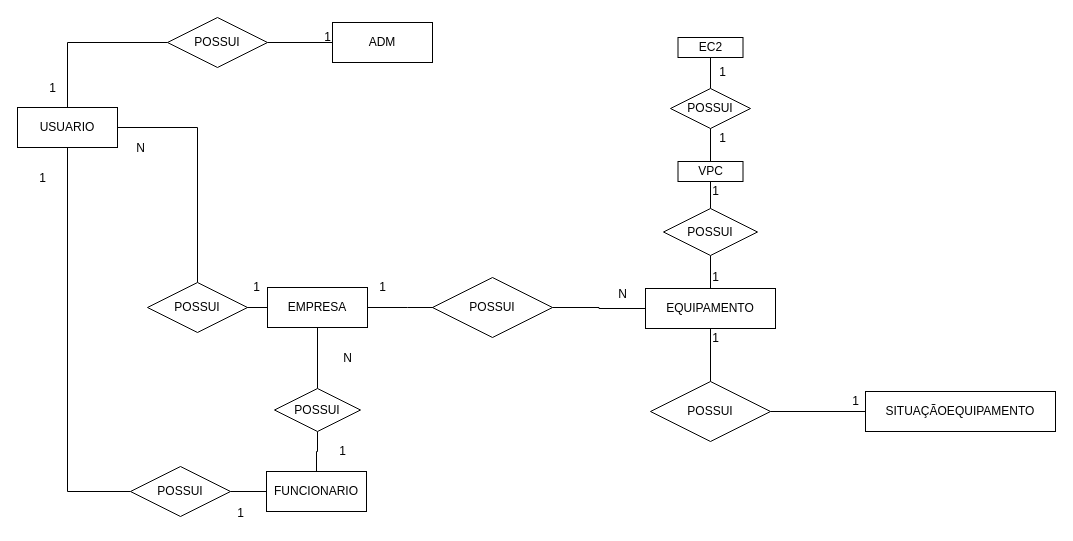
PedroFigueiras/TCC_SENAI-DAREDE keeps this draw.io diagram as page "Page-2" (2 of 2) of BancodeDados/Modelagens/Diagramas.drawio. Above is the earlier version. Source tidied: cells renumbered, new cells numbered last; positions are measured from the earlier drawing's top-left corner, leaving out a move shared by most shapes. Both pictures are drawn from the tidied source at 100%, with x=0, y=0 at pixel (17, 17).
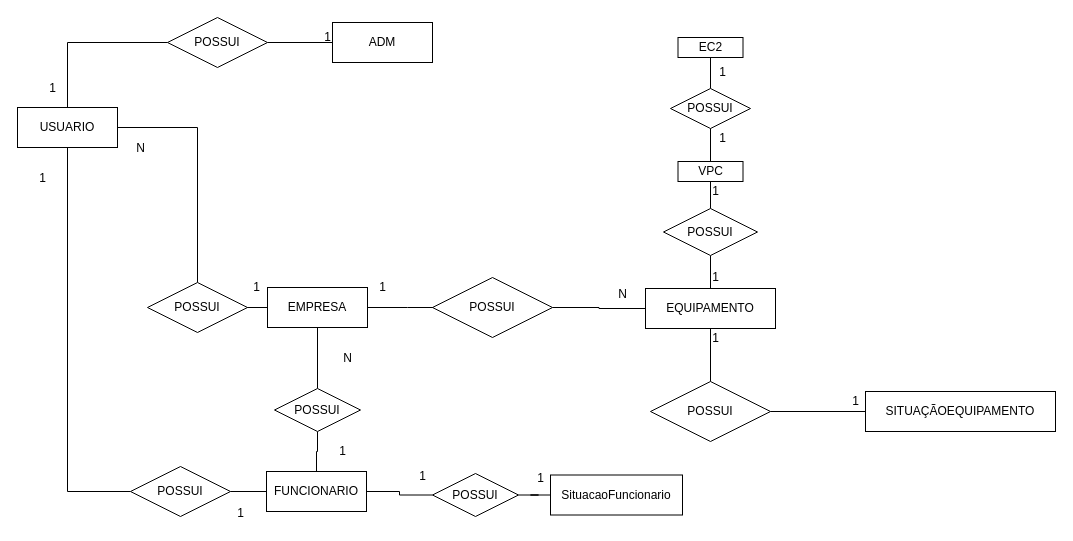
The same page after the edit.

The change refers to these unchanged cells:
```xml
<mxCell id="9" value="FUNCIONARIO" style="whiteSpace=wrap;html=1;align=center;" parent="1" vertex="1">
  <mxGeometry x="249" y="454" width="100" height="40" as="geometry" />
</mxCell>
```

Change to the diagram source:
```diff
@@
+    <mxCell id="52" style="edgeStyle=orthogonalEdgeStyle;rounded=0;jettySize=auto;html=1;entryX=1;entryY=0.5;entryDx=0;entryDy=0;endArrow=none;endFill=0;" parent="1" edge="1" source="54" target="9">
+      <mxGeometry relative="1" as="geometry" />
+    </mxCell>
+    <mxCell id="53" style="edgeStyle=orthogonalEdgeStyle;rounded=0;jettySize=auto;html=1;entryX=0;entryY=0.5;entryDx=0;entryDy=0;endArrow=none;endFill=0;" parent="1" edge="1" source="54" target="55">
+      <mxGeometry relative="1" as="geometry" />
+    </mxCell>
+    <mxCell id="54" value="POSSUI" style="shape=rhombus;perimeter=rhombusPerimeter;whiteSpace=wrap;html=1;align=center;" parent="1" vertex="1">
+      <mxGeometry x="415" y="456" width="86" height="43" as="geometry" />
+    </mxCell>
+    <mxCell id="55" value="SituacaoFuncionario" style="whiteSpace=wrap;html=1;align=center;" parent="1" vertex="1">
+      <mxGeometry x="533" y="457.5" width="132" height="40" as="geometry" />
+    </mxCell>
+    <mxCell id="56" value="1" style="text;html=1;align=center;verticalAlign=middle;strokeColor=none;fillColor=none;" parent="1" vertex="1">
+      <mxGeometry x="395" y="449" width="20" height="20" as="geometry" />
+    </mxCell>
+    <mxCell id="57" value="1" style="text;html=1;align=center;verticalAlign=middle;strokeColor=none;fillColor=none;" parent="1" vertex="1">
+      <mxGeometry x="513" y="451" width="20" height="20" as="geometry" />
+    </mxCell>
```
